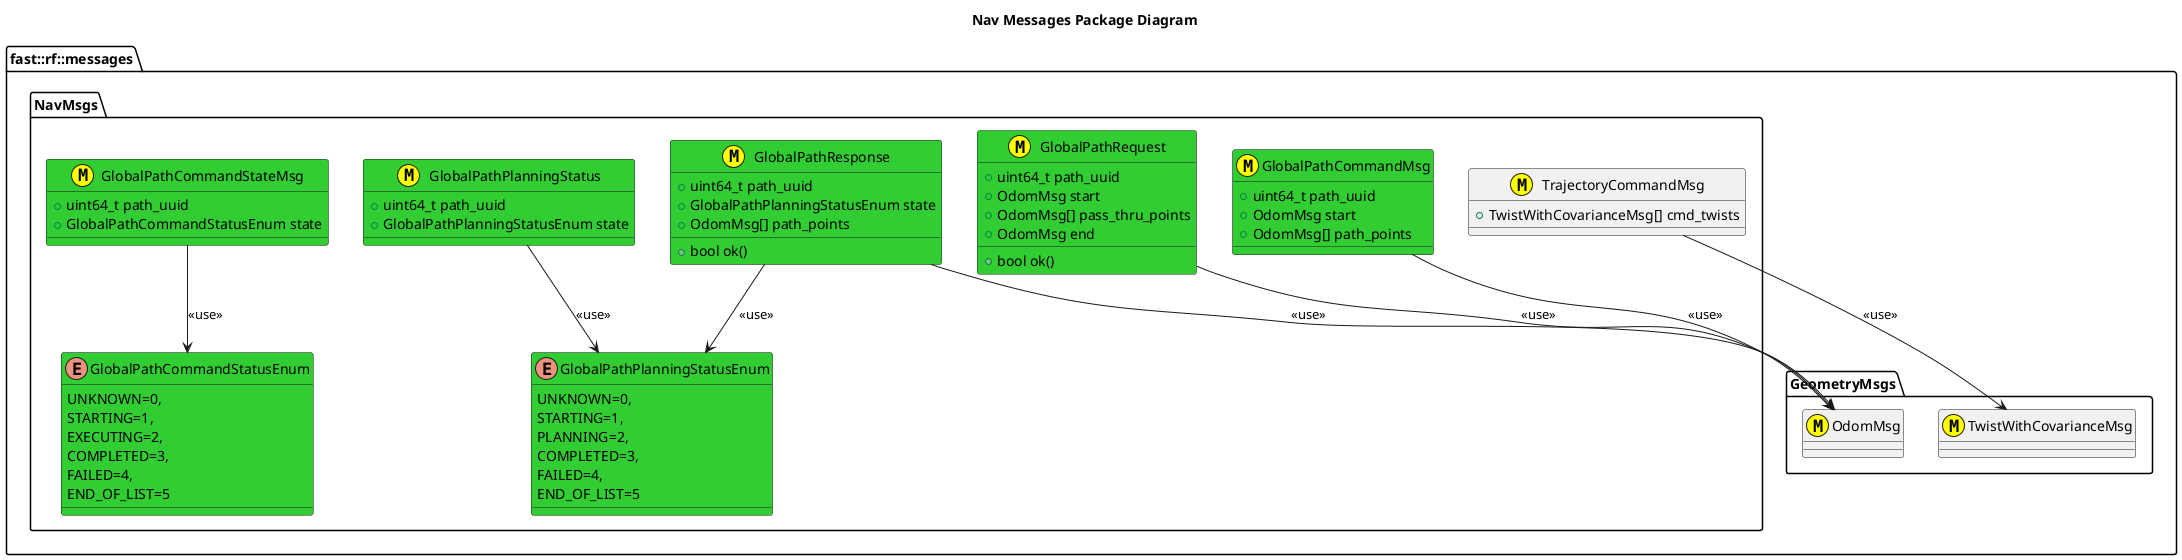
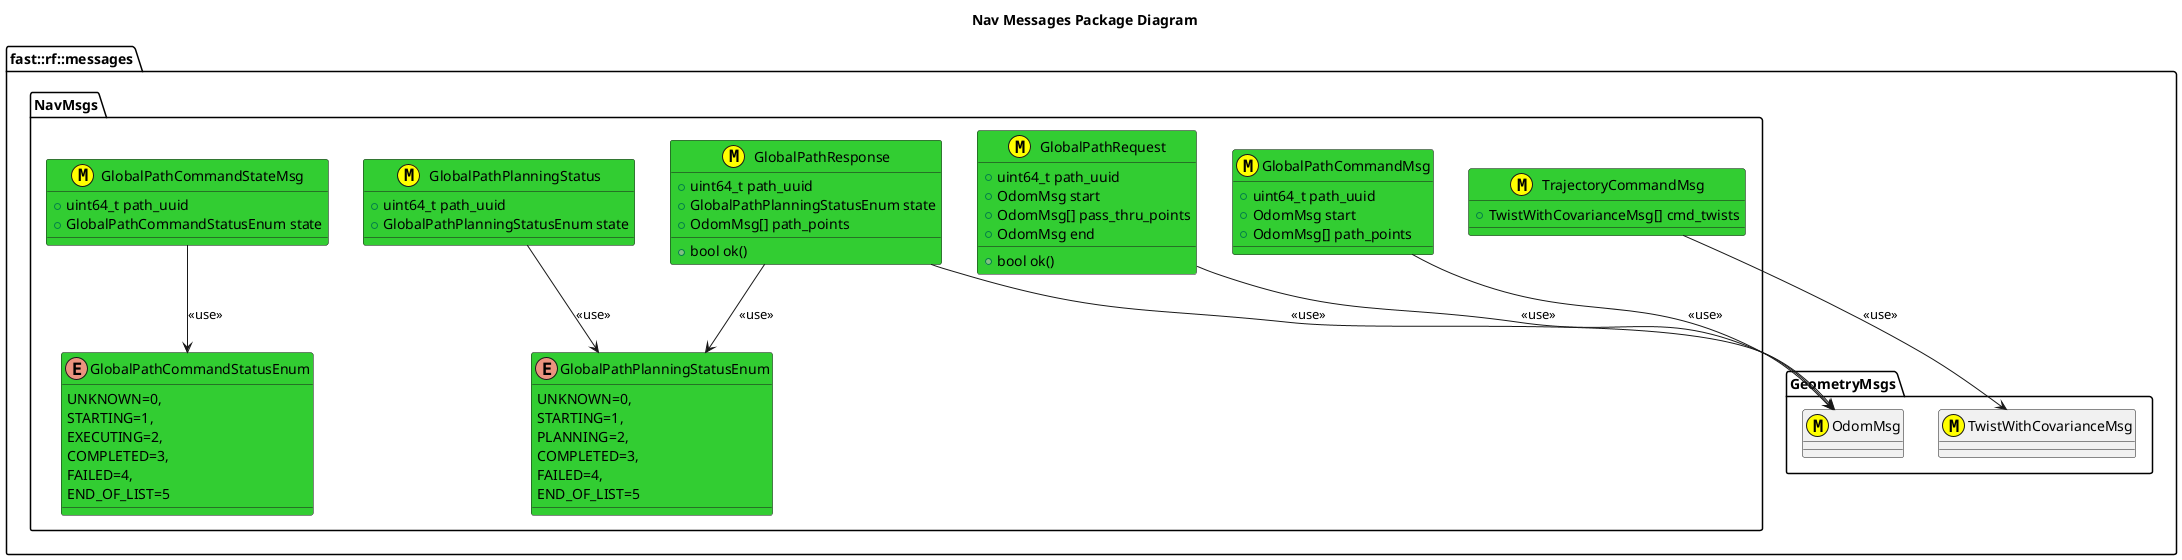
@startuml
title Nav Messages Package Diagram

namespace fast::rf::messages {
  namespace GeometryMsgs {
    class OdomMsg <<(M,#FFFF00)>>
    class TwistWithCovarianceMsg <<(M,#FFFF00)>>
  }
  namespace NavMsgs  {
    class GlobalPathRequest <<(M,#FFFF00)>> #LimeGreen {
      +uint64_t path_uuid
      +OdomMsg start
      +OdomMsg[] pass_thru_points
      +OdomMsg end
      +bool ok()

    }
    enum GlobalPathPlanningStatusEnum #LimeGreen
    {
      UNKNOWN=0,
      STARTING=1,
      PLANNING=2,
      COMPLETED=3,
      FAILED=4,
      END_OF_LIST=5

    }
    GlobalPathRequest --> OdomMsg: <<use>>
    class GlobalPathResponse <<(M,#FFFF00)>> #LimeGreen {
      +uint64_t path_uuid
      +GlobalPathPlanningStatusEnum state
      +OdomMsg[] path_points
      +bool ok()
    }
    GlobalPathResponse --> OdomMsg: <<use>>
    GlobalPathResponse --> GlobalPathPlanningStatusEnum: <<use>>
    class GlobalPathPlanningStatus <<(M,#FFFF00)>> #LimeGreen {
      +uint64_t path_uuid
      +GlobalPathPlanningStatusEnum state
    }
    GlobalPathPlanningStatus --> GlobalPathPlanningStatusEnum: <<use>>

    class GlobalPathCommandMsg <<(M,#FFFF00)>> #LimeGreen {
      +uint64_t path_uuid
      +OdomMsg start
      +OdomMsg[] path_points
    }
    GlobalPathCommandMsg --> OdomMsg: <<use>>
    enum GlobalPathCommandStatusEnum #LimeGreen {
      UNKNOWN=0,
      STARTING=1,
      EXECUTING=2,
      COMPLETED=3,
      FAILED=4,
      END_OF_LIST=5

    }
    class GlobalPathCommandStateMsg <<(M,#FFFF00)>> #LimeGreen {
      +uint64_t path_uuid
      +GlobalPathCommandStatusEnum state
    }
    GlobalPathCommandStateMsg --> GlobalPathCommandStatusEnum: <<use>>
-     class TrajectoryCommandMsg <<(M,#FFFF00)>> {
+     class TrajectoryCommandMsg <<(M,#FFFF00)>> #LimeGreen {
      +TwistWithCovarianceMsg[] cmd_twists
    }
    TrajectoryCommandMsg --> TwistWithCovarianceMsg: <<use>>

  }
}
@enduml